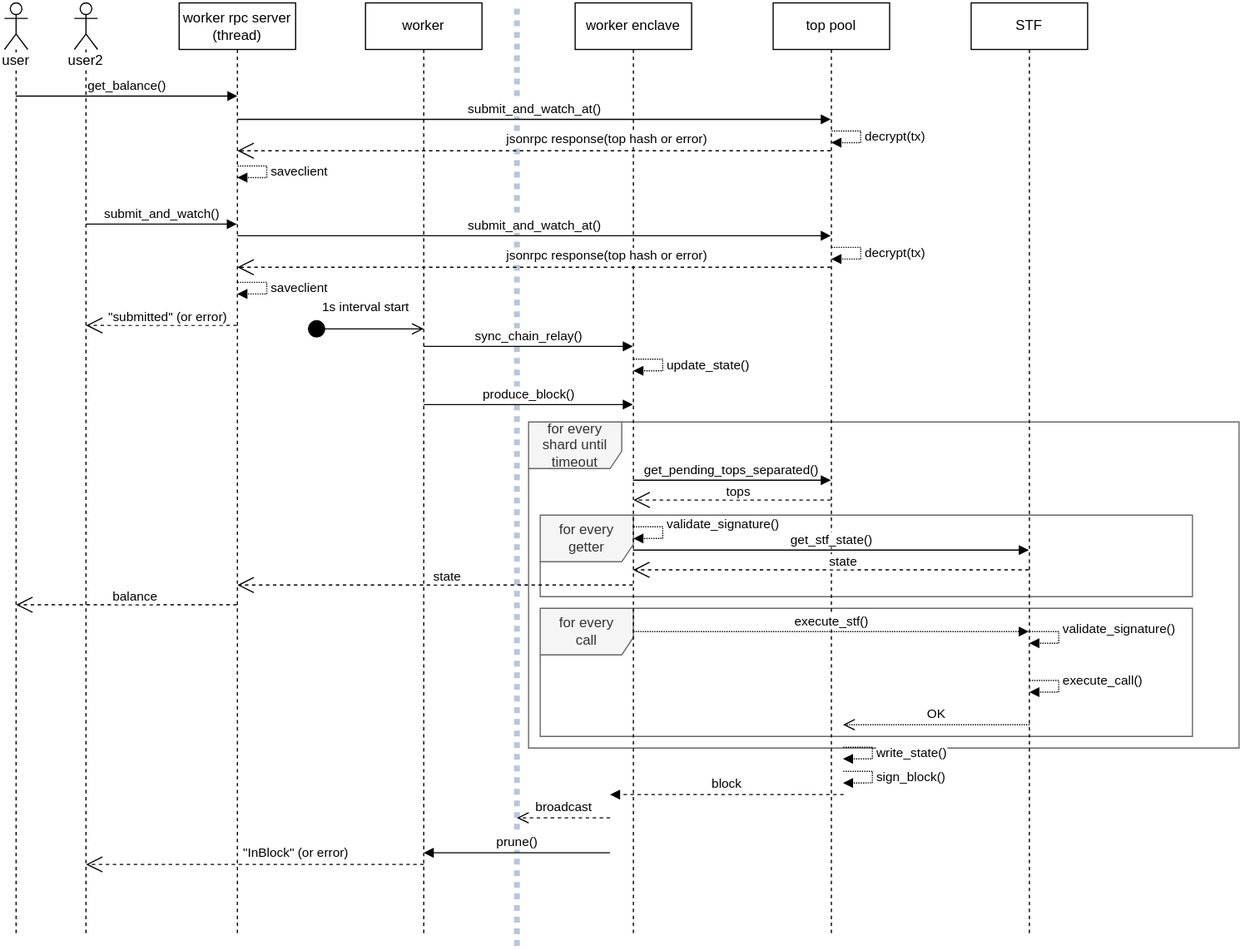
This is sidechain-sequence.svg from haerdib/substraTEE_diagramms, a draw.io export, as it was before one commit. Source tidied: cells renumbered, new cells last; positions are measured from the earlier drawing's top-left corner, leaving out a move shared by most shapes.
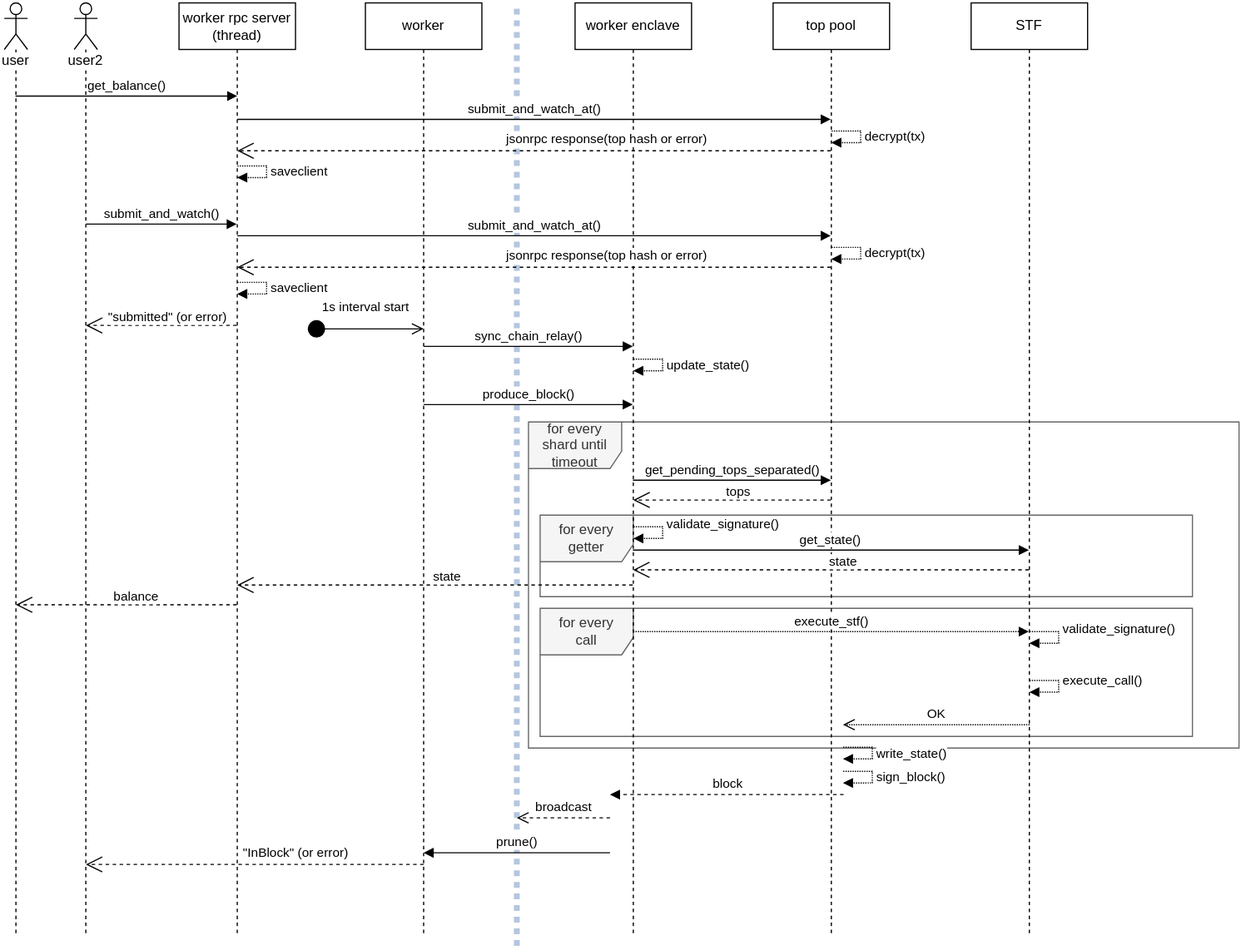
Above is the later version.

Diff of the diagram source:
```diff
@@ -197,7 +197,7 @@
         <mxPoint x="540" y="427" as="targetPoint" />
       </mxGeometry>
     </mxCell>
-    <mxCell id="33" value="get_stf_state()" style="html=1;verticalAlign=bottom;endArrow=block;" parent="1" edge="1" target="10">
+    <mxCell id="33" value="get_state()" style="html=1;verticalAlign=bottom;endArrow=block;" parent="1" edge="1" target="10">
       <mxGeometry relative="1" as="geometry">
         <mxPoint x="539.7" y="470" as="sourcePoint" />
       </mxGeometry>
```
